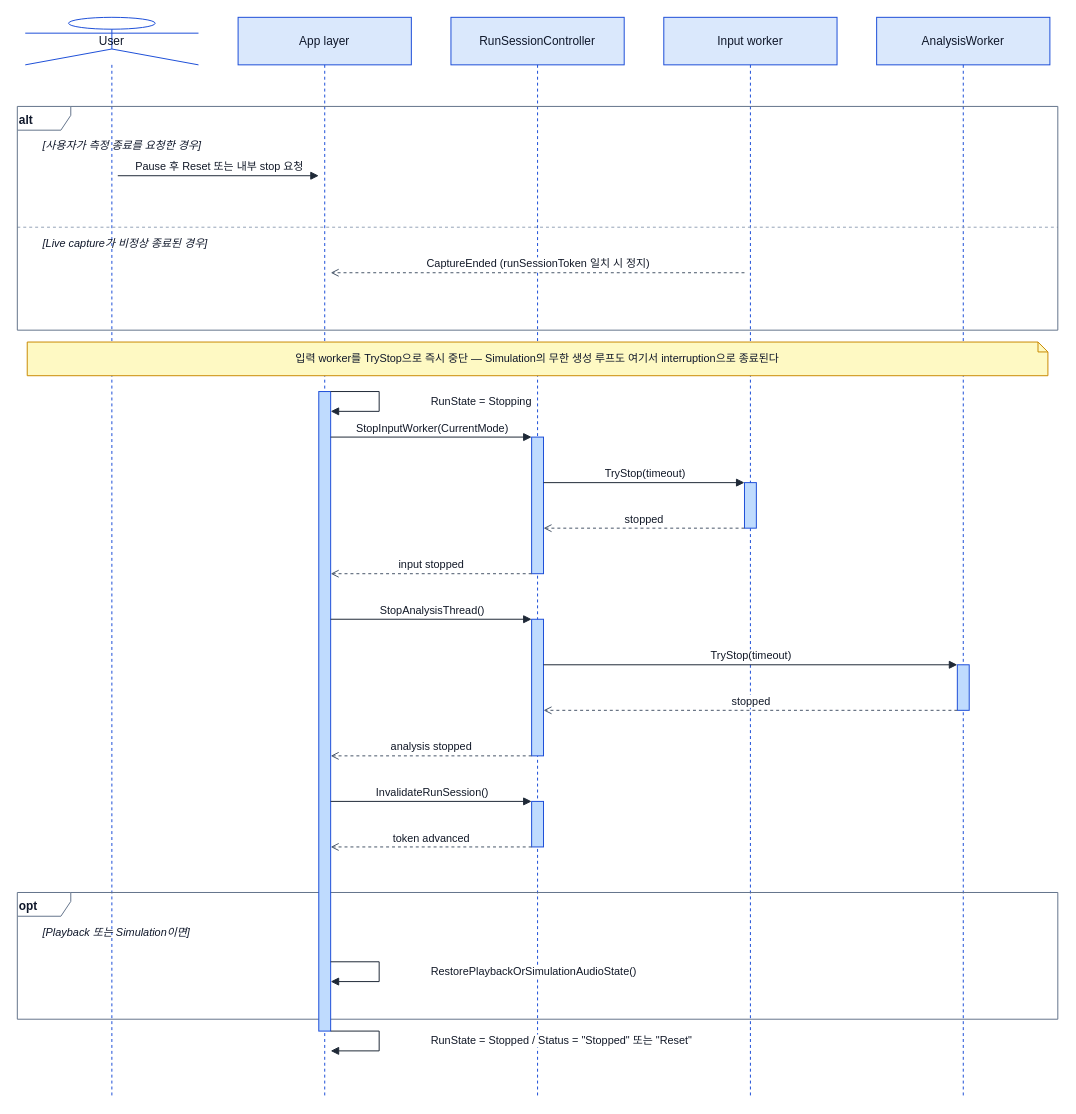
The draw.io diagram page "Level 2.4 · 측정 종료 (사용자 요청 / 외부 비정상 종료)" (5 of 7) of docs/architecture/Sequence/sequence.drawio in Jae-hong-5/TimeGrapher-Net, before the edit. Source tidied: cells renumbered, new cells numbered last; positions are measured from the earlier drawing's top-left corner, leaving out a move shared by most shapes. Both pictures are drawn from the tidied source at 99%, with x=0, y=0 at pixel (17, 17).
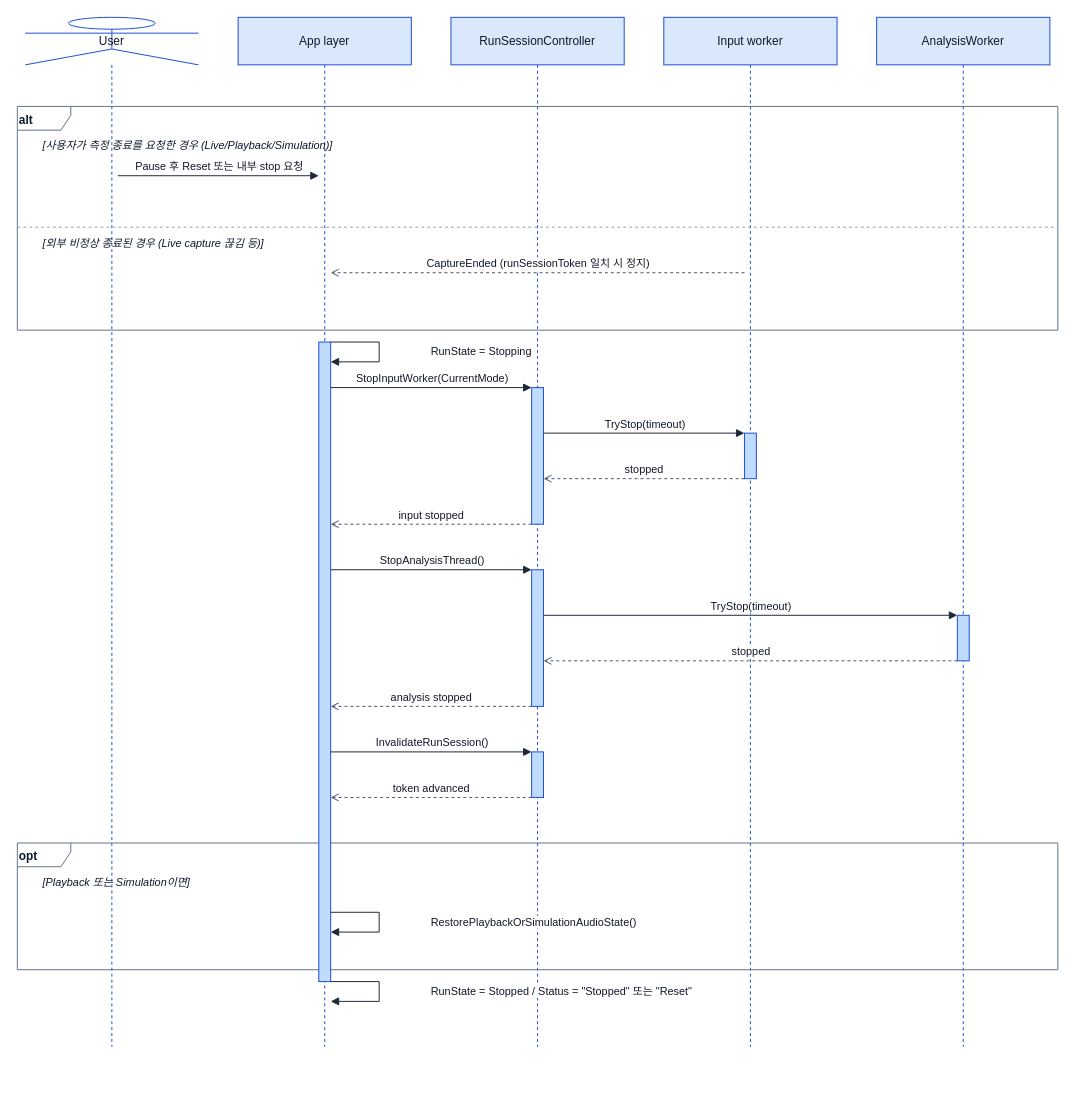
Above is the later version.

Commit message (it also covers changes not shown here):
docs(sequence): clarify 2.4 termination labels and add a notation legend

Diff of the diagram source:
```diff
@@
     <mxCell id="2" value="User" style="shape=umlLifeline;participant=umlActor;perimeter=lifelinePerimeter;whiteSpace=wrap;html=1;size=48;fillColor=none;strokeColor=#1d4ed8;fontColor=#0f172a;fontSize=12;" parent="1" vertex="1">
-      <mxGeometry x="8" width="175" height="1090" as="geometry" />
+      <mxGeometry x="8" width="175" height="1040" as="geometry" />
     </mxCell>
     <mxCell id="3" value="App layer" style="shape=umlLifeline;perimeter=lifelinePerimeter;whiteSpace=wrap;html=1;size=48;fillColor=#dae8fc;strokeColor=#1d4ed8;fontColor=#0f172a;fontSize=12;" parent="1" vertex="1">
-      <mxGeometry x="223" width="175" height="1090" as="geometry" />
+      <mxGeometry x="223" width="175" height="1040" as="geometry" />
     </mxCell>
     <mxCell id="4" value="RunSessionController" style="shape=umlLifeline;perimeter=lifelinePerimeter;whiteSpace=wrap;html=1;size=48;fillColor=#dae8fc;strokeColor=#1d4ed8;fontColor=#0f172a;fontSize=12;" parent="1" vertex="1">
-      <mxGeometry x="438" width="175" height="1090" as="geometry" />
+      <mxGeometry x="438" width="175" height="1040" as="geometry" />
     </mxCell>
     <mxCell id="5" value="Input worker" style="shape=umlLifeline;perimeter=lifelinePerimeter;whiteSpace=wrap;html=1;size=48;fillColor=#dae8fc;strokeColor=#1d4ed8;fontColor=#0f172a;fontSize=12;" parent="1" vertex="1">
-      <mxGeometry x="653" width="175" height="1090" as="geometry" />
+      <mxGeometry x="653" width="175" height="1040" as="geometry" />
     </mxCell>
     <mxCell id="6" value="AnalysisWorker" style="shape=umlLifeline;perimeter=lifelinePerimeter;whiteSpace=wrap;html=1;size=48;fillColor=#dae8fc;strokeColor=#1d4ed8;fontColor=#0f172a;fontSize=12;" parent="1" vertex="1">
-      <mxGeometry x="868" width="175" height="1090" as="geometry" />
+      <mxGeometry x="868" width="175" height="1040" as="geometry" />
     </mxCell>
@@
     <mxCell id="9" value="opt" style="shape=umlFrame;whiteSpace=wrap;html=1;fillColor=none;strokeColor=#64748b;fontColor=#0f172a;fontSize=12;fontStyle=1;width=54;height=24;verticalAlign=top;align=left;" parent="1" vertex="1">
-      <mxGeometry y="884" width="1051" height="128" as="geometry" />
+      <mxGeometry y="834" width="1051" height="128" as="geometry" />
     </mxCell>
-    <mxCell id="10" style="html=1;perimeter=orthogonalPerimeter;fillColor=#bfdbfe;strokeColor=#1d4ed8;" parent="1" vertex="1">
-      <mxGeometry x="734.5" y="470" width="12" height="46" as="geometry" />
-    </mxCell>
-    <mxCell id="11" style="html=1;perimeter=orthogonalPerimeter;fillColor=#bfdbfe;strokeColor=#1d4ed8;" parent="1" vertex="1">
-      <mxGeometry x="519.5" y="424" width="12" height="138" as="geometry" />
-    </mxCell>
-    <mxCell id="12" style="html=1;perimeter=orthogonalPerimeter;fillColor=#bfdbfe;strokeColor=#1d4ed8;" parent="1" vertex="1">
-      <mxGeometry x="949.5" y="654" width="12" height="46" as="geometry" />
-    </mxCell>
-    <mxCell id="13" style="html=1;perimeter=orthogonalPerimeter;fillColor=#bfdbfe;strokeColor=#1d4ed8;" parent="1" vertex="1">
-      <mxGeometry x="519.5" y="608" width="12" height="138" as="geometry" />
-    </mxCell>
-    <mxCell id="14" style="html=1;perimeter=orthogonalPerimeter;fillColor=#bfdbfe;strokeColor=#1d4ed8;" parent="1" vertex="1">
-      <mxGeometry x="519.5" y="792" width="12" height="46" as="geometry" />
-    </mxCell>
-    <mxCell id="15" style="html=1;perimeter=orthogonalPerimeter;fillColor=#bfdbfe;strokeColor=#1d4ed8;" parent="1" vertex="1">
-      <mxGeometry x="304.5" y="378" width="12" height="646" as="geometry" />
-    </mxCell>
+    <mxCell id="35" style="html=1;perimeter=orthogonalPerimeter;fillColor=#bfdbfe;strokeColor=#1d4ed8;" parent="1" vertex="1">
+      <mxGeometry x="734.5" y="420" width="12" height="46" as="geometry" />
+    </mxCell>
+    <mxCell id="36" style="html=1;perimeter=orthogonalPerimeter;fillColor=#bfdbfe;strokeColor=#1d4ed8;" parent="1" vertex="1">
+      <mxGeometry x="519.5" y="374" width="12" height="138" as="geometry" />
+    </mxCell>
+    <mxCell id="37" style="html=1;perimeter=orthogonalPerimeter;fillColor=#bfdbfe;strokeColor=#1d4ed8;" parent="1" vertex="1">
+      <mxGeometry x="949.5" y="604" width="12" height="46" as="geometry" />
+    </mxCell>
+    <mxCell id="38" style="html=1;perimeter=orthogonalPerimeter;fillColor=#bfdbfe;strokeColor=#1d4ed8;" parent="1" vertex="1">
+      <mxGeometry x="519.5" y="558" width="12" height="138" as="geometry" />
+    </mxCell>
+    <mxCell id="39" style="html=1;perimeter=orthogonalPerimeter;fillColor=#bfdbfe;strokeColor=#1d4ed8;" parent="1" vertex="1">
+      <mxGeometry x="519.5" y="742" width="12" height="46" as="geometry" />
+    </mxCell>
+    <mxCell id="40" style="html=1;perimeter=orthogonalPerimeter;fillColor=#bfdbfe;strokeColor=#1d4ed8;" parent="1" vertex="1">
+      <mxGeometry x="304.5" y="328" width="12" height="646" as="geometry" />
+    </mxCell>
@@
     <mxCell id="18" value="RunState = Stopping" style="html=1;verticalAlign=middle;align=left;startArrow=none;endArrow=block;rounded=0;labelBackgroundColor=#ffffff;strokeColor=#1f2937;fontColor=#111827;labelBorderColor=none;" parent="1" edge="1">
       <mxGeometry relative="1" as="geometry">
-        <mxPoint x="316.5" y="378" as="sourcePoint" />
-        <mxPoint x="316.5" y="398" as="targetPoint" />
+        <mxPoint x="316.5" y="328" as="sourcePoint" />
+        <mxPoint x="316.5" y="348" as="targetPoint" />
         <Array as="points">
-          <mxPoint x="365.5" y="378" />
-          <mxPoint x="365.5" y="398" />
+          <mxPoint x="365.5" y="328" />
+          <mxPoint x="365.5" y="348" />
         </Array>
         <mxPoint x="50" as="offset" />
       </mxGeometry>
     </mxCell>
+    <mxCell id="41" value="StopInputWorker(CurrentMode)" style="html=1;verticalAlign=bottom;startArrow=none;endArrow=block;rounded=0;labelBackgroundColor=#ffffff;strokeColor=#1f2937;fontColor=#111827;labelBorderColor=none;" parent="1" edge="1">
+      <mxGeometry relative="1" as="geometry">
+        <mxPoint x="316.5" y="374" as="sourcePoint" />
+        <mxPoint x="519.5" y="374" as="targetPoint" />
+      </mxGeometry>
+    </mxCell>
-    <mxCell id="19" value="StopInputWorker(CurrentMode)" style="html=1;verticalAlign=bottom;startArrow=none;endArrow=block;rounded=0;labelBackgroundColor=#ffffff;strokeColor=#1f2937;fontColor=#111827;labelBorderColor=none;" parent="1" edge="1">
+    <mxCell id="19" value="TryStop(timeout)" style="html=1;verticalAlign=bottom;startArrow=none;endArrow=block;rounded=0;labelBackgroundColor=#ffffff;strokeColor=#1f2937;fontColor=#111827;labelBorderColor=none;" parent="1" edge="1">
       <mxGeometry relative="1" as="geometry">
-        <mxPoint x="316.5" y="424" as="sourcePoint" />
-        <mxPoint x="519.5" y="424" as="targetPoint" />
+        <mxPoint x="531.5" y="420" as="sourcePoint" />
+        <mxPoint x="734.5" y="420" as="targetPoint" />
       </mxGeometry>
     </mxCell>
-    <mxCell id="20" value="TryStop(timeout)" style="html=1;verticalAlign=bottom;startArrow=none;endArrow=block;rounded=0;labelBackgroundColor=#ffffff;strokeColor=#1f2937;fontColor=#111827;labelBorderColor=none;" parent="1" edge="1">
+    <mxCell id="20" value="stopped" style="html=1;verticalAlign=bottom;startArrow=none;endArrow=open;dashed=1;rounded=0;labelBackgroundColor=#ffffff;strokeColor=#475569;fontColor=#111827;labelBorderColor=none;" parent="1" edge="1">
       <mxGeometry relative="1" as="geometry">
-        <mxPoint x="531.5" y="470" as="sourcePoint" />
-        <mxPoint x="734.5" y="470" as="targetPoint" />
+        <mxPoint x="734.5" y="466" as="sourcePoint" />
+        <mxPoint x="531.5" y="466" as="targetPoint" />
       </mxGeometry>
     </mxCell>
-    <mxCell id="21" value="stopped" style="html=1;verticalAlign=bottom;startArrow=none;endArrow=open;dashed=1;rounded=0;labelBackgroundColor=#ffffff;strokeColor=#475569;fontColor=#111827;labelBorderColor=none;" parent="1" edge="1">
-      <mxGeometry relative="1" as="geometry">
-        <mxPoint x="734.5" y="516" as="sourcePoint" />
-        <mxPoint x="531.5" y="516" as="targetPoint" />
-      </mxGeometry>
-    </mxCell>
     <mxCell id="22" value="input stopped" style="html=1;verticalAlign=bottom;startArrow=none;endArrow=open;dashed=1;rounded=0;labelBackgroundColor=#ffffff;strokeColor=#475569;fontColor=#111827;labelBorderColor=none;" parent="1" edge="1">
       <mxGeometry relative="1" as="geometry">
-        <mxPoint x="519.5" y="562" as="sourcePoint" />
-        <mxPoint x="316.5" y="562" as="targetPoint" />
+        <mxPoint x="519.5" y="512" as="sourcePoint" />
+        <mxPoint x="316.5" y="512" as="targetPoint" />
       </mxGeometry>
     </mxCell>
+    <mxCell id="42" value="StopAnalysisThread()" style="html=1;verticalAlign=bottom;startArrow=none;endArrow=block;rounded=0;labelBackgroundColor=#ffffff;strokeColor=#1f2937;fontColor=#111827;labelBorderColor=none;" parent="1" edge="1">
+      <mxGeometry relative="1" as="geometry">
+        <mxPoint x="316.5" y="558" as="sourcePoint" />
+        <mxPoint x="519.5" y="558" as="targetPoint" />
+      </mxGeometry>
+    </mxCell>
-    <mxCell id="23" value="StopAnalysisThread()" style="html=1;verticalAlign=bottom;startArrow=none;endArrow=block;rounded=0;labelBackgroundColor=#ffffff;strokeColor=#1f2937;fontColor=#111827;labelBorderColor=none;" parent="1" edge="1">
+    <mxCell id="23" value="TryStop(timeout)" style="html=1;verticalAlign=bottom;startArrow=none;endArrow=block;rounded=0;labelBackgroundColor=#ffffff;strokeColor=#1f2937;fontColor=#111827;labelBorderColor=none;" parent="1" edge="1">
       <mxGeometry relative="1" as="geometry">
-        <mxPoint x="316.5" y="608" as="sourcePoint" />
-        <mxPoint x="519.5" y="608" as="targetPoint" />
+        <mxPoint x="531.5" y="604" as="sourcePoint" />
+        <mxPoint x="949.5" y="604" as="targetPoint" />
       </mxGeometry>
     </mxCell>
-    <mxCell id="24" value="TryStop(timeout)" style="html=1;verticalAlign=bottom;startArrow=none;endArrow=block;rounded=0;labelBackgroundColor=#ffffff;strokeColor=#1f2937;fontColor=#111827;labelBorderColor=none;" parent="1" edge="1">
+    <mxCell id="24" value="stopped" style="html=1;verticalAlign=bottom;startArrow=none;endArrow=open;dashed=1;rounded=0;labelBackgroundColor=#ffffff;strokeColor=#475569;fontColor=#111827;labelBorderColor=none;" parent="1" edge="1">
       <mxGeometry relative="1" as="geometry">
-        <mxPoint x="531.5" y="654" as="sourcePoint" />
-        <mxPoint x="949.5" y="654" as="targetPoint" />
+        <mxPoint x="949.5" y="650" as="sourcePoint" />
+        <mxPoint x="531.5" y="650" as="targetPoint" />
       </mxGeometry>
     </mxCell>
-    <mxCell id="25" value="stopped" style="html=1;verticalAlign=bottom;startArrow=none;endArrow=open;dashed=1;rounded=0;labelBackgroundColor=#ffffff;strokeColor=#475569;fontColor=#111827;labelBorderColor=none;" parent="1" edge="1">
-      <mxGeometry relative="1" as="geometry">
-        <mxPoint x="949.5" y="700" as="sourcePoint" />
-        <mxPoint x="531.5" y="700" as="targetPoint" />
-      </mxGeometry>
-    </mxCell>
     <mxCell id="26" value="analysis stopped" style="html=1;verticalAlign=bottom;startArrow=none;endArrow=open;dashed=1;rounded=0;labelBackgroundColor=#ffffff;strokeColor=#475569;fontColor=#111827;labelBorderColor=none;" parent="1" edge="1">
       <mxGeometry relative="1" as="geometry">
-        <mxPoint x="519.5" y="746" as="sourcePoint" />
-        <mxPoint x="316.5" y="746" as="targetPoint" />
+        <mxPoint x="519.5" y="696" as="sourcePoint" />
+        <mxPoint x="316.5" y="696" as="targetPoint" />
       </mxGeometry>
     </mxCell>
+    <mxCell id="43" value="InvalidateRunSession()" style="html=1;verticalAlign=bottom;startArrow=none;endArrow=block;rounded=0;labelBackgroundColor=#ffffff;strokeColor=#1f2937;fontColor=#111827;labelBorderColor=none;" parent="1" edge="1">
+      <mxGeometry relative="1" as="geometry">
+        <mxPoint x="316.5" y="742" as="sourcePoint" />
+        <mxPoint x="519.5" y="742" as="targetPoint" />
+      </mxGeometry>
+    </mxCell>
-    <mxCell id="27" value="InvalidateRunSession()" style="html=1;verticalAlign=bottom;startArrow=none;endArrow=block;rounded=0;labelBackgroundColor=#ffffff;strokeColor=#1f2937;fontColor=#111827;labelBorderColor=none;" parent="1" edge="1">
+    <mxCell id="27" value="token advanced" style="html=1;verticalAlign=bottom;startArrow=none;endArrow=open;dashed=1;rounded=0;labelBackgroundColor=#ffffff;strokeColor=#475569;fontColor=#111827;labelBorderColor=none;" parent="1" edge="1">
       <mxGeometry relative="1" as="geometry">
-        <mxPoint x="316.5" y="792" as="sourcePoint" />
-        <mxPoint x="519.5" y="792" as="targetPoint" />
+        <mxPoint x="519.5" y="788" as="sourcePoint" />
+        <mxPoint x="316.5" y="788" as="targetPoint" />
       </mxGeometry>
     </mxCell>
-    <mxCell id="28" value="token advanced" style="html=1;verticalAlign=bottom;startArrow=none;endArrow=open;dashed=1;rounded=0;labelBackgroundColor=#ffffff;strokeColor=#475569;fontColor=#111827;labelBorderColor=none;" parent="1" edge="1">
-      <mxGeometry relative="1" as="geometry">
-        <mxPoint x="519.5" y="838" as="sourcePoint" />
-        <mxPoint x="316.5" y="838" as="targetPoint" />
-      </mxGeometry>
-    </mxCell>
     <mxCell id="29" value="RestorePlaybackOrSimulationAudioState()" style="html=1;verticalAlign=middle;align=left;startArrow=none;endArrow=block;rounded=0;labelBackgroundColor=#ffffff;strokeColor=#1f2937;fontColor=#111827;labelBorderColor=none;" parent="1" edge="1">
       <mxGeometry relative="1" as="geometry">
-        <mxPoint x="316.5" y="954" as="sourcePoint" />
-        <mxPoint x="316.5" y="974" as="targetPoint" />
+        <mxPoint x="316.5" y="904" as="sourcePoint" />
+        <mxPoint x="316.5" y="924" as="targetPoint" />
         <Array as="points">
-          <mxPoint x="365.5" y="954" />
-          <mxPoint x="365.5" y="974" />
+          <mxPoint x="365.5" y="904" />
+          <mxPoint x="365.5" y="924" />
         </Array>
         <mxPoint x="50" as="offset" />
       </mxGeometry>
     </mxCell>
     <mxCell id="30" value="RunState = Stopped / Status = &quot;Stopped&quot; 또는 &quot;Reset&quot;" style="html=1;verticalAlign=middle;align=left;startArrow=none;endArrow=block;rounded=0;labelBackgroundColor=#ffffff;strokeColor=#1f2937;fontColor=#111827;labelBorderColor=none;" parent="1" edge="1">
       <mxGeometry relative="1" as="geometry">
-        <mxPoint x="316.5" y="1024" as="sourcePoint" />
-        <mxPoint x="316.5" y="1044" as="targetPoint" />
+        <mxPoint x="316.5" y="974" as="sourcePoint" />
+        <mxPoint x="316.5" y="994" as="targetPoint" />
         <Array as="points">
-          <mxPoint x="365.5" y="1024" />
-          <mxPoint x="365.5" y="1044" />
+          <mxPoint x="365.5" y="974" />
+          <mxPoint x="365.5" y="994" />
         </Array>
         <mxPoint x="50" as="offset" />
       </mxGeometry>
     </mxCell>
-    <mxCell id="31" value="[사용자가 측정 종료를 요청한 경우]" style="text;html=1;strokeColor=none;fillColor=none;align=left;verticalAlign=middle;fontSize=11;fontColor=#0f172a;fontStyle=2;" parent="1" vertex="1">
+    <mxCell id="31" value="[사용자가 측정 종료를 요청한 경우 (Live/Playback/Simulation)]" style="text;html=1;strokeColor=none;fillColor=none;align=left;verticalAlign=middle;fontSize=11;fontColor=#0f172a;fontStyle=2;" parent="1" vertex="1">
       <mxGeometry x="24" y="120" width="1011" height="20" as="geometry" />
     </mxCell>
-    <mxCell id="32" value="[Live capture가 비정상 종료된 경우]" style="text;html=1;strokeColor=none;fillColor=none;align=left;verticalAlign=middle;fontSize=11;fontColor=#0f172a;fontStyle=2;" parent="1" vertex="1">
+    <mxCell id="32" value="[외부 비정상 종료된 경우 (Live capture 끊김 등)]" style="text;html=1;strokeColor=none;fillColor=none;align=left;verticalAlign=middle;fontSize=11;fontColor=#0f172a;fontStyle=2;" parent="1" vertex="1">
       <mxGeometry x="24" y="218" width="1011" height="20" as="geometry" />
     </mxCell>
-    <mxCell id="33" value="입력 worker를 TryStop으로 즉시 중단 — Simulation의 무한 생성 루프도 여기서 interruption으로 종료된다" style="shape=note;whiteSpace=wrap;html=1;fillColor=#fef9c3;strokeColor=#ca8a04;fontColor=#0f172a;fontSize=11;align=center;verticalAlign=middle;size=10;" parent="1" vertex="1">
-      <mxGeometry x="10" y="328" width="1031" height="34" as="geometry" />
-    </mxCell>
     <mxCell id="34" value="[Playback 또는 Simulation이면]" style="text;html=1;strokeColor=none;fillColor=none;align=left;verticalAlign=middle;fontSize=11;fontColor=#0f172a;fontStyle=2;" parent="1" vertex="1">
-      <mxGeometry x="24" y="914" width="1011" height="20" as="geometry" />
+      <mxGeometry x="24" y="864" width="1011" height="20" as="geometry" />
     </mxCell>
```
